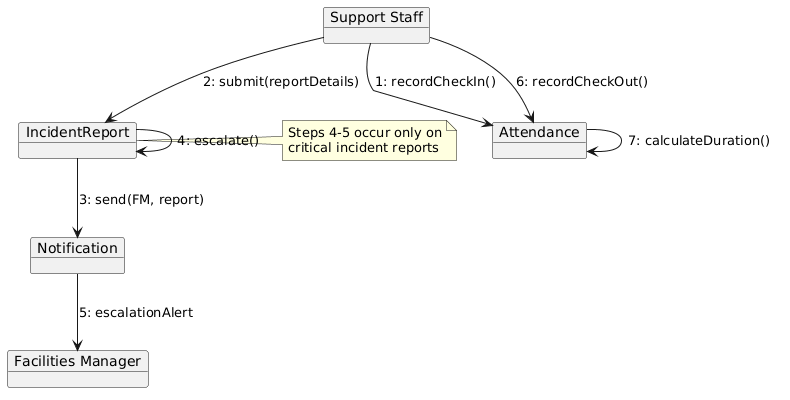
Earlier version of the PlantUML export Diagrams/Collaboration Diagrams/BS_FCM_03.png (erindkotobelli12/BankManagementSystem). The source it was exported from:
```plantuml
@startuml
skinparam objectStyle rectangle

object "Support Staff" as SS
object "Attendance" as AT
object "IncidentReport" as IR
object "Notification" as N
object "Facilities Manager" as FM

SS --> AT : 1: recordCheckIn()
SS --> IR : 2: submit(reportDetails)
IR --> N  : 3: send(FM, report)
IR --> IR : 4: escalate()
N  --> FM : 5: escalationAlert
SS --> AT : 6: recordCheckOut()
AT --> AT : 7: calculateDuration()

note right of IR #lightyellow
  Steps 4-5 occur only on
  critical incident reports
end note
@enduml
```
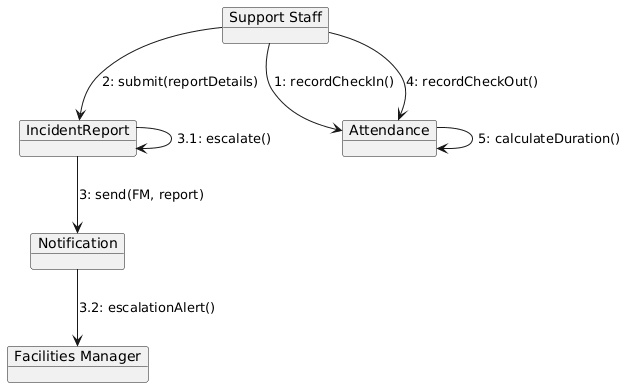
The same diagram one commit later.

The edit, as a diff of the source:
```diff
@@ -1,22 +1,15 @@
 @startuml
-skinparam objectStyle rectangle
-
 object "Support Staff" as SS
-object "Attendance" as AT
 object "IncidentReport" as IR
+object "Attendance" as A
 object "Notification" as N
 object "Facilities Manager" as FM
 
-SS --> AT : 1: recordCheckIn()
+SS --> A : 1: recordCheckIn()
 SS --> IR : 2: submit(reportDetails)
-IR --> N  : 3: send(FM, report)
-IR --> IR : 4: escalate()
-N  --> FM : 5: escalationAlert
-SS --> AT : 6: recordCheckOut()
-AT --> AT : 7: calculateDuration()
-
-note right of IR #lightyellow
-  Steps 4-5 occur only on
-  critical incident reports
-end note
+IR --> N : 3: send(FM, report)
+IR --> IR : 3.1: escalate()
+N --> FM : 3.2: escalationAlert()
+SS --> A : 4: recordCheckOut()
+A --> A : 5: calculateDuration()
 @enduml
```
